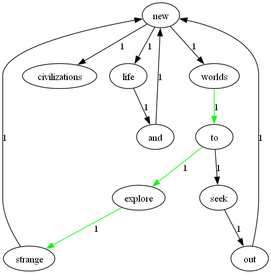
The Graphviz diagram directed_graph_calcShortestPath.png in amethyst6174/Lab1-2021112104, before a commit. Its source is kept beside it as directed_graph_calcShortestPath.dot.
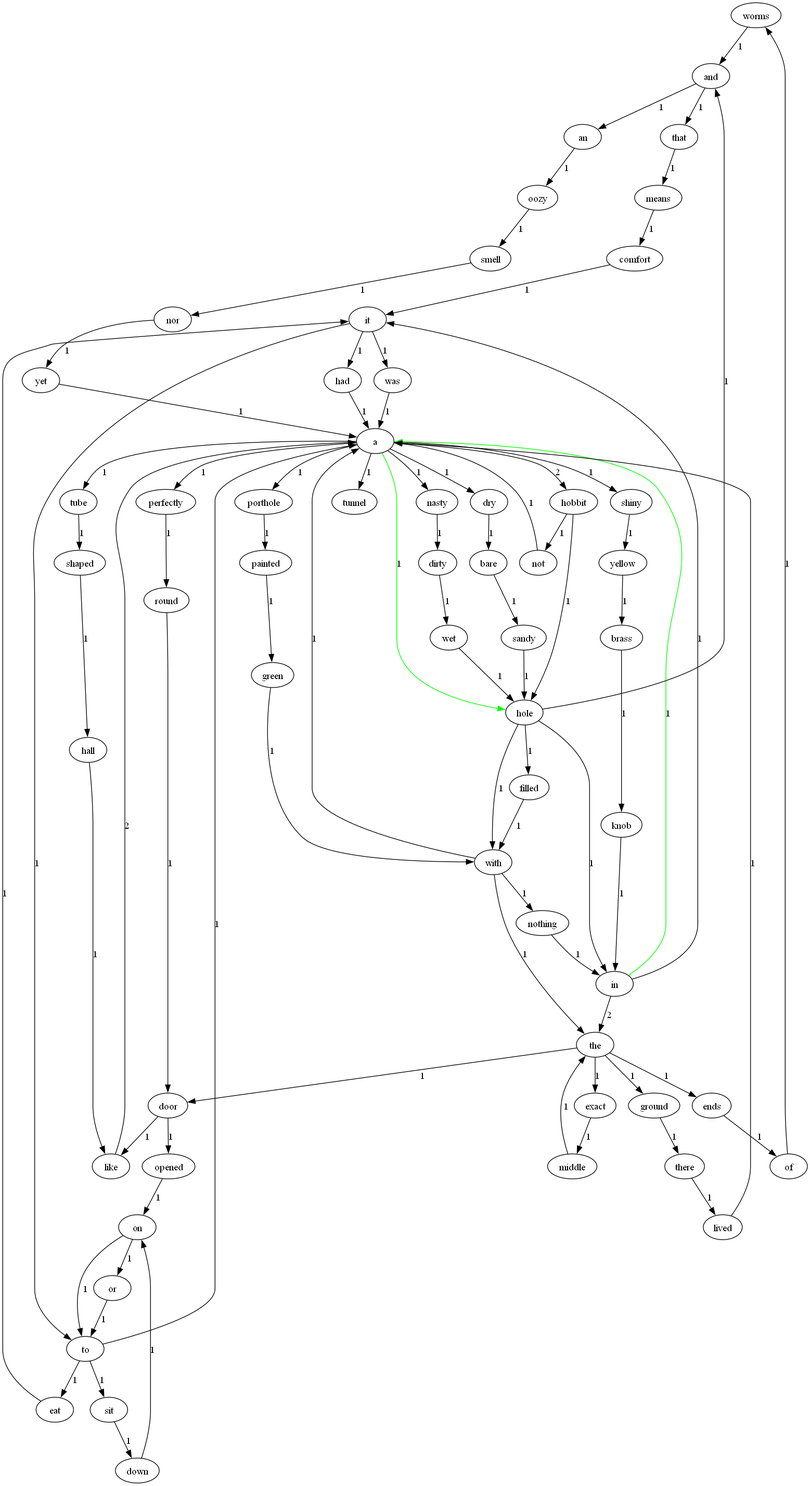
The same diagram one commit later.

What changed in the source:
```diff
@@ -1,25 +1,142 @@
 digraph {
 	graph [ "ui.stylesheet"="node { size: 20px; text-size: 12px; fill-color: black; } edge { text-size: 10px; fill-color: black; } edge.highlighted { fill-color: green; }" ];
-	"new" ;
-	"worlds" ;
-	"civilizations" ;
-	"life" ;
+	"worms" ;
+	"and" ;
+	"door" ;
+	"like" ;
+	"opened" ;
+	"hall" ;
+	"had" ;
+	"a" ;
+	"smell" ;
+	"nor" ;
+	"down" ;
+	"on" ;
+	"that" ;
+	"means" ;
+	"bare" ;
+	"sandy" ;
+	"nasty" ;
+	"dirty" ;
+	"in" ;
+	"the" ;
+	"it" ;
+	"nothing" ;
+	"dry" ;
+	"oozy" ;
+	"was" ;
 	"to" ;
-	"explore" ;
-	"strange" ;
-	"and" ;
-	"seek" ;
-	"out" ;
-	"new" -> "worlds" ["label"="1"];
-	"new" -> "civilizations" ["label"="1"];
-	"new" -> "life" ["label"="1"];
-	"worlds" -> "to" ["color"="green","label"="1"];
-	"explore" -> "strange" ["color"="green","label"="1"];
-	"and" -> "new" ["label"="1"];
-	"to" -> "explore" ["color"="green","label"="1"];
-	"to" -> "seek" ["label"="1"];
-	"seek" -> "out" ["label"="1"];
-	"strange" -> "new" ["label"="1"];
-	"life" -> "and" ["label"="1"];
-	"out" -> "new" ["label"="1"];
+	"brass" ;
+	"knob" ;
+	"an" ;
+	"hobbit" ;
+	"hole" ;
+	"not" ;
+	"porthole" ;
+	"painted" ;
+	"tube" ;
+	"shaped" ;
+	"exact" ;
+	"middle" ;
+	"ground" ;
+	"there" ;
+	"perfectly" ;
+	"round" ;
+	"green" ;
+	"yellow" ;
+	"yet" ;
+	"ends" ;
+	"of" ;
+	"eat" ;
+	"lived" ;
+	"sit" ;
+	"or" ;
+	"wet" ;
+	"shiny" ;
+	"tunnel" ;
+	"comfort" ;
+	"with" ;
+	"filled" ;
+	"worms" -> "and" ["label"="1"];
+	"door" -> "like" ["label"="1"];
+	"door" -> "opened" ["label"="1"];
+	"hall" -> "like" ["label"="1"];
+	"had" -> "a" ["label"="1"];
+	"smell" -> "nor" ["label"="1"];
+	"down" -> "on" ["label"="1"];
+	"that" -> "means" ["label"="1"];
+	"bare" -> "sandy" ["label"="1"];
+	"nasty" -> "dirty" ["label"="1"];
+	"in" -> "the" ["label"="2"];
+	"in" -> "a" ["color"="green","label"="1"];
+	"in" -> "it" ["label"="1"];
+	"like" -> "a" ["label"="2"];
+	"nothing" -> "in" ["label"="1"];
+	"dry" -> "bare" ["label"="1"];
+	"opened" -> "on" ["label"="1"];
+	"oozy" -> "smell" ["label"="1"];
+	"it" -> "was" ["label"="1"];
+	"it" -> "had" ["label"="1"];
+	"it" -> "to" ["label"="1"];
+	"brass" -> "knob" ["label"="1"];
+	"an" -> "oozy" ["label"="1"];
+	"hobbit" -> "hole" ["label"="1"];
+	"hobbit" -> "not" ["label"="1"];
+	"porthole" -> "painted" ["label"="1"];
+	"tube" -> "shaped" ["label"="1"];
+	"exact" -> "middle" ["label"="1"];
+	"ground" -> "there" ["label"="1"];
+	"perfectly" -> "round" ["label"="1"];
+	"knob" -> "in" ["label"="1"];
+	"painted" -> "green" ["label"="1"];
+	"shaped" -> "hall" ["label"="1"];
+	"yellow" -> "brass" ["label"="1"];
+	"nor" -> "yet" ["label"="1"];
+	"not" -> "a" ["label"="1"];
+	"and" -> "that" ["label"="1"];
+	"and" -> "an" ["label"="1"];
+	"ends" -> "of" ["label"="1"];
+	"of" -> "worms" ["label"="1"];
+	"eat" -> "it" ["label"="1"];
+	"lived" -> "a" ["label"="1"];
+	"sit" -> "down" ["label"="1"];
+	"on" -> "or" ["label"="1"];
+	"on" -> "to" ["label"="1"];
+	"dirty" -> "wet" ["label"="1"];
+	"a" -> "hole" ["color"="green","label"="1"];
+	"a" -> "hobbit" ["label"="2"];
+	"a" -> "porthole" ["label"="1"];
+	"a" -> "tube" ["label"="1"];
+	"a" -> "perfectly" ["label"="1"];
+	"a" -> "dry" ["label"="1"];
+	"a" -> "shiny" ["label"="1"];
+	"a" -> "nasty" ["label"="1"];
+	"a" -> "tunnel" ["label"="1"];
+	"means" -> "comfort" ["label"="1"];
+	"or" -> "to" ["label"="1"];
+	"green" -> "with" ["label"="1"];
+	"middle" -> "the" ["label"="1"];
+	"wet" -> "hole" ["label"="1"];
+	"was" -> "a" ["label"="1"];
+	"yet" -> "a" ["label"="1"];
+	"filled" -> "with" ["label"="1"];
+	"comfort" -> "it" ["label"="1"];
+	"hole" -> "with" ["label"="1"];
+	"hole" -> "in" ["label"="1"];
+	"hole" -> "and" ["label"="1"];
+	"hole" -> "filled" ["label"="1"];
+	"the" -> "door" ["label"="1"];
+	"the" -> "ends" ["label"="1"];
+	"the" -> "exact" ["label"="1"];
+	"the" -> "ground" ["label"="1"];
+	"with" -> "the" ["label"="1"];
+	"with" -> "a" ["label"="1"];
+	"with" -> "nothing" ["label"="1"];
+	"round" -> "door" ["label"="1"];
+	"there" -> "lived" ["label"="1"];
+	"sandy" -> "hole" ["label"="1"];
+	"shiny" -> "yellow" ["label"="1"];
+	"to" -> "a" ["label"="1"];
+	"to" -> "eat" ["label"="1"];
+	"to" -> "sit" ["label"="1"];
 }
```
